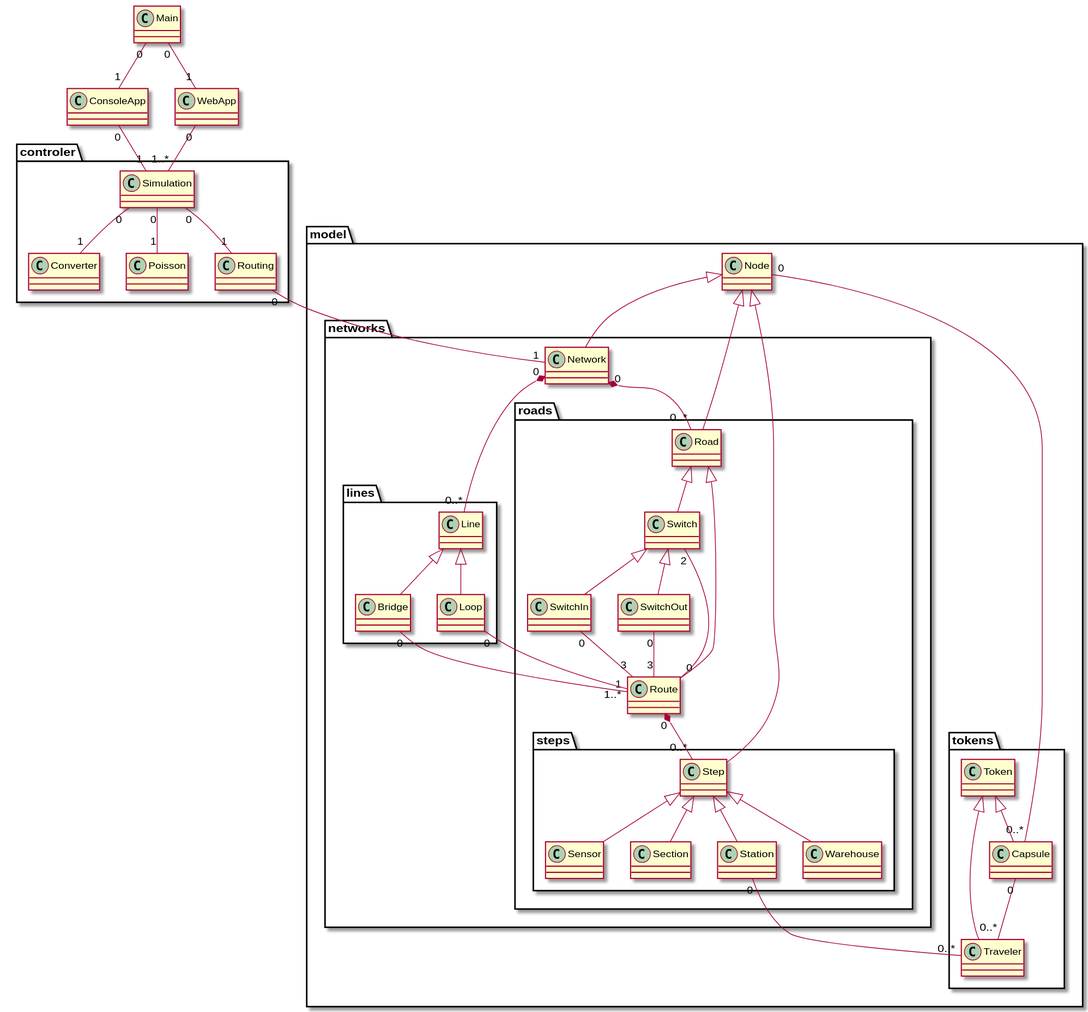
Above: docs/classes-0.3.svg in PolariTOON/urbanloop-global-simulator (PlantUML), before the change. Its source is kept beside it as docs/classes-0.3.plantuml.
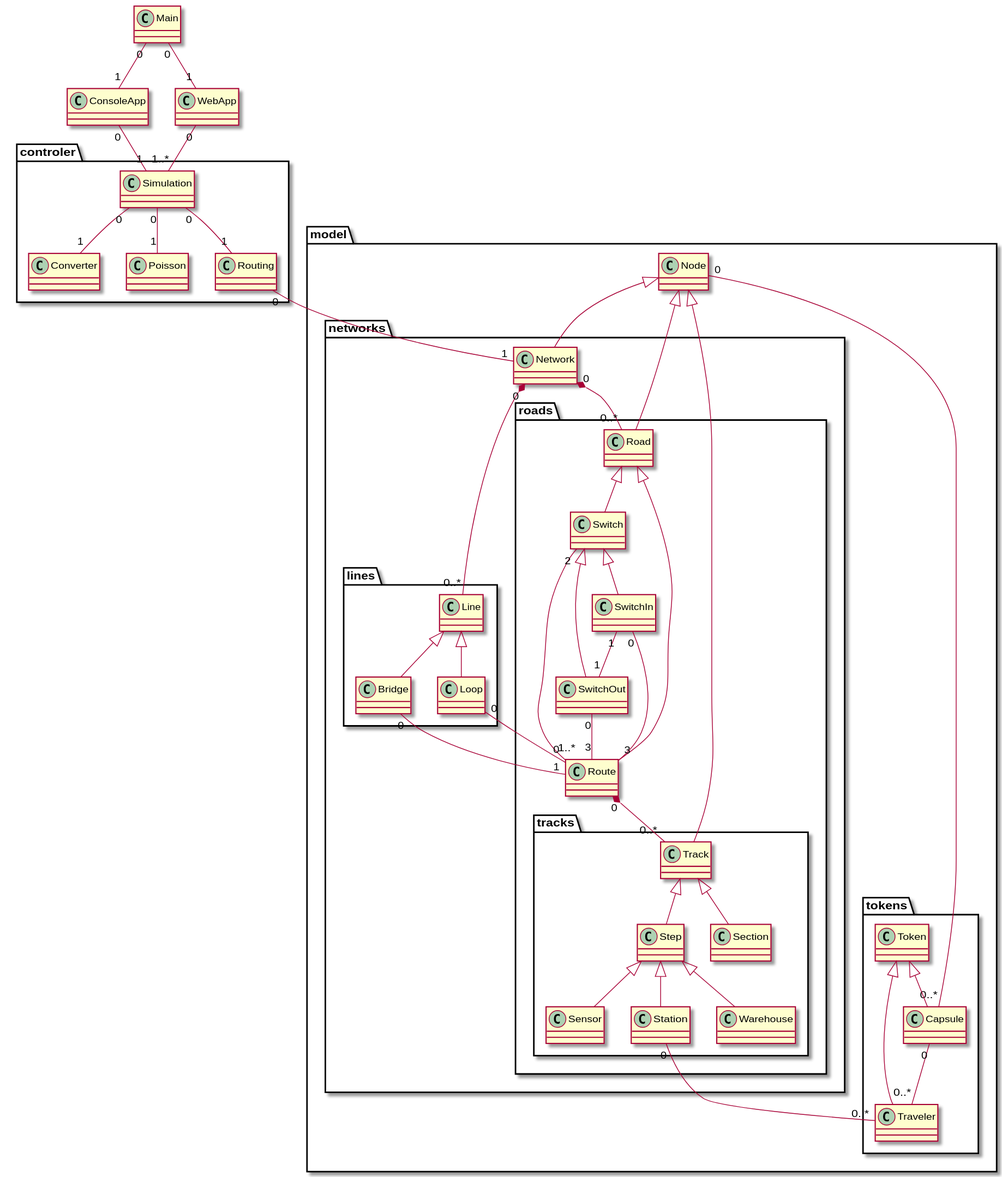
After the commit.

Commit message:
Mise à jour du diagramme des classes

Diff of the diagram source:
```diff
@@ -19,12 +19,13 @@
 			class SwitchIn
 			class SwitchOut
 			class Route
-			package steps {
+			package tracks {
+				class Track
 				class Step
 				class Sensor
-				class Section
 				class Station
 				class Warehouse
+				class Section
 			}
 		}
 		package lines {
@@ -50,7 +51,7 @@
 Routing "0"--"1" Network
 Node <|-- Network
 Node <|-- Road
-Node <|-- Step
+Node <|-- Track
 Node "0"--"0..*" Capsule
 Network "0"*--"0..*" Road
 Network "0"*--"0..*" Line
@@ -59,10 +60,12 @@
 Switch <|-- SwitchIn
 Switch <|-- SwitchOut
 SwitchIn "0"--"3" Route
+SwitchIn "1"--"1" SwitchOut
 SwitchOut "0"--"3" Route
 Route "0"--"2" Switch
-Route "0"*--"0..*" Step
-Step <|-- Section
+Route "0"*--"0..*" Track
+Track <|-- Step
+Track <|-- Section
 Step <|-- Sensor
 Step <|-- Station
 Step <|-- Warehouse
```
